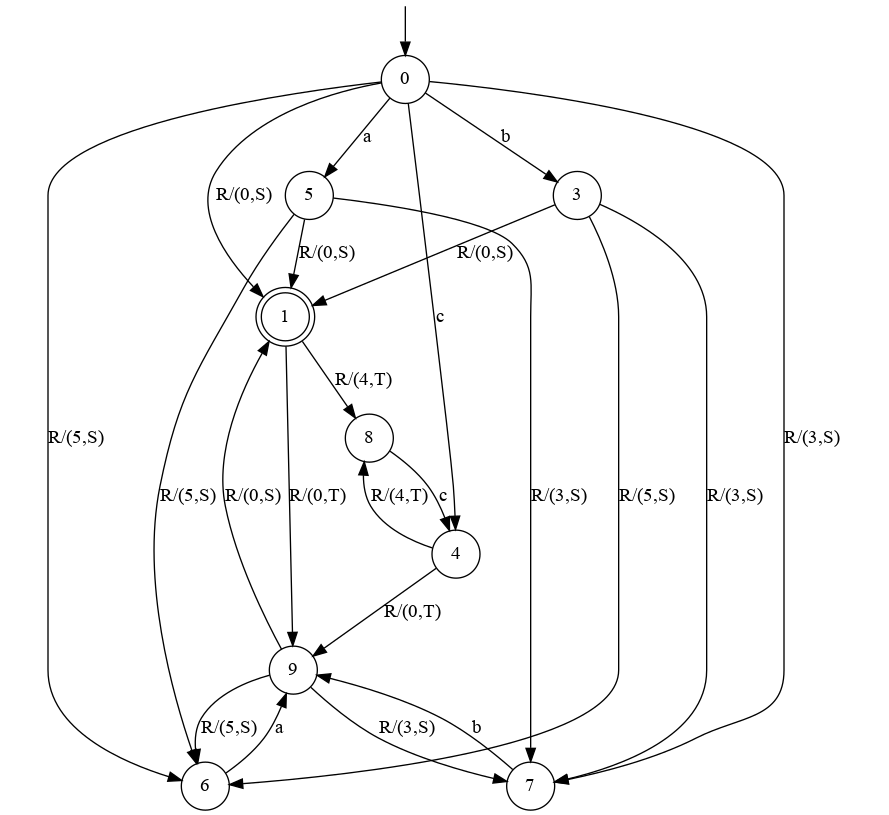
The Graphviz diagram docs/palin_vpa.png in LearnLib/learnlib-spa, before a commit. Its source is kept beside it as docs/palin_vpa.dot.
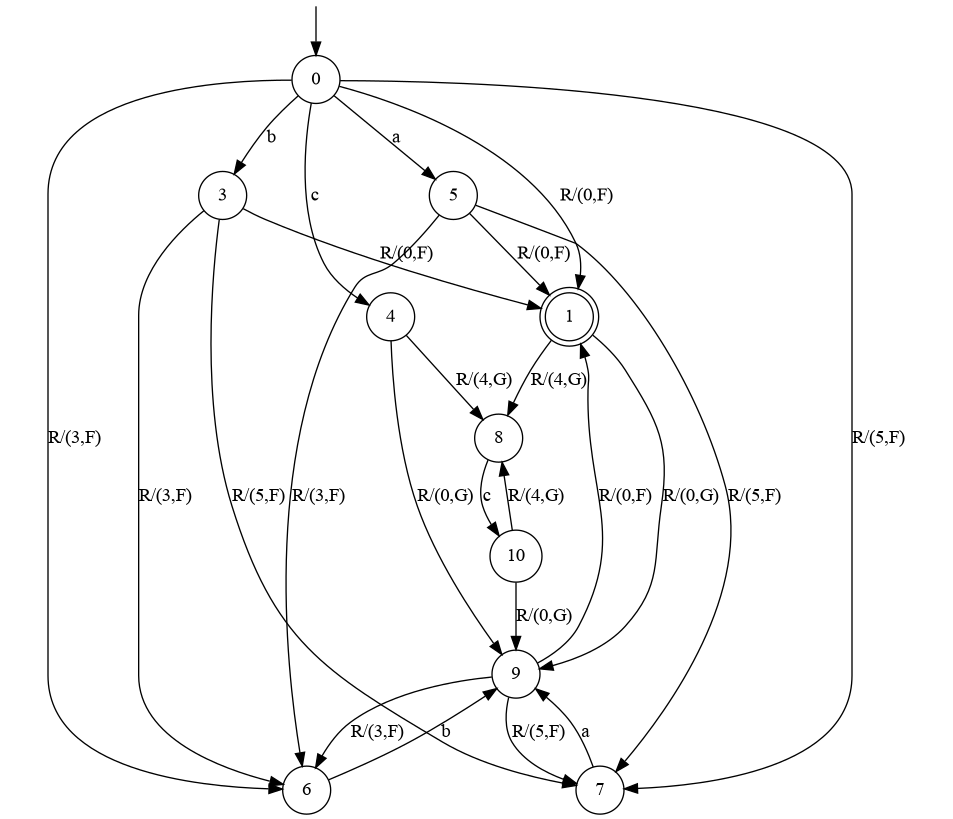
After the change.

Diff of the diagram source:
```diff
@@ -1,7 +1,6 @@
 digraph g {
 margin=0;
 pad="0.5,0.05";
-__start0 [label="" shape="none" width="0" height="0"];
 
 	s0 [shape="circle" label="0"];
 	s1 [shape="doublecircle" label="1"];
@@ -12,28 +11,32 @@
 	s7 [shape="circle" label="7"];
 	s8 [shape="circle" label="8"];
 	s9 [shape="circle" label="9"];
+	s10 [shape="circle" label="10"];
 	s0 -> s5 [label="a"];
 	s0 -> s3 [label="b"];
 	s0 -> s4 [label="c"];
-	s0 -> s1 [label="R/(0,S)"];
-	s0 -> s7 [label="R/(3,S)"];
-	s0 -> s6 [label="R/(5,S)"];
-	s1 -> s9 [label="R/(0,T)"];
-	s1 -> s8 [label="R/(4,T)"];
-	s3 -> s1 [label="R/(0,S)"];
-	s3 -> s7 [label="R/(3,S)"];
-	s3 -> s6 [label="R/(5,S)"];
-	s4 -> s9 [label="R/(0,T)"];
-	s4 -> s8 [label="R/(4,T)"];
-	s5 -> s1 [label="R/(0,S)"];
-	s5 -> s7 [label="R/(3,S)"];
-	s5 -> s6 [label="R/(5,S)"];
-	s6 -> s9 [label="a"];
-	s7 -> s9 [label="b"];
-	s8 -> s4 [label="c"];
-	s9 -> s1 [label="R/(0,S)"];
-	s9 -> s7 [label="R/(3,S)"];
-	s9 -> s6 [label="R/(5,S)"];
+	s0 -> s1 [label="R/(0,F)"];
+	s0 -> s6 [label="R/(3,F)"];
+	s0 -> s7 [label="R/(5,F)"];
+	s1 -> s9 [label="R/(0,G)"];
+	s1 -> s8 [label="R/(4,G)"];
+	s3 -> s1 [label="R/(0,F)"];
+	s3 -> s6 [label="R/(3,F)"];
+	s3 -> s7 [label="R/(5,F)"];
+	s4 -> s9 [label="R/(0,G)"];
+	s4 -> s8 [label="R/(4,G)"];
+	s5 -> s1 [label="R/(0,F)"];
+	s5 -> s6 [label="R/(3,F)"];
+	s5 -> s7 [label="R/(5,F)"];
+	s6 -> s9 [label="b"];
+	s7 -> s9 [label="a"];
+	s8 -> s10 [label="c"];
+	s9 -> s1 [label="R/(0,F)"];
+	s9 -> s6 [label="R/(3,F)"];
+	s9 -> s7 [label="R/(5,F)"];
+	s10 -> s9 [label="R/(0,G)"];
+	s10 -> s8 [label="R/(4,G)"];
 
+__start0 [label="" shape="none" width="0" height="0"];
 __start0 -> s0;
 }
```
